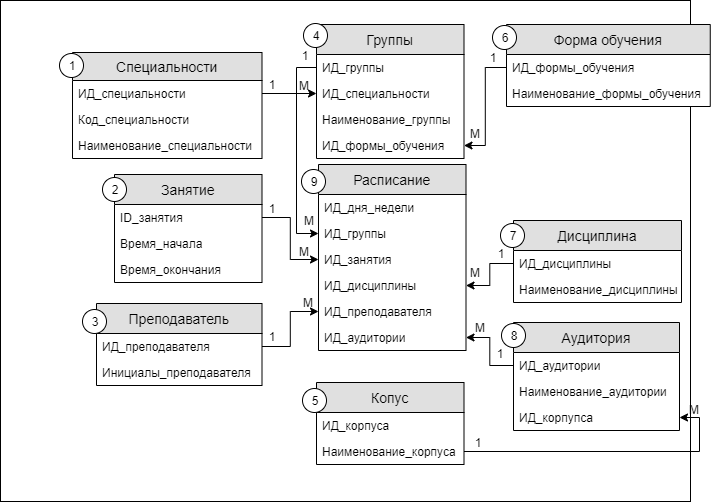
Sayikoro/DBFRead keeps this draw.io diagram as база_данных.png. Above is the earlier version. Source tidied: cells renumbered, new cells last; positions are measured from the earlier drawing's top-left corner, leaving out a move shared by most shapes.
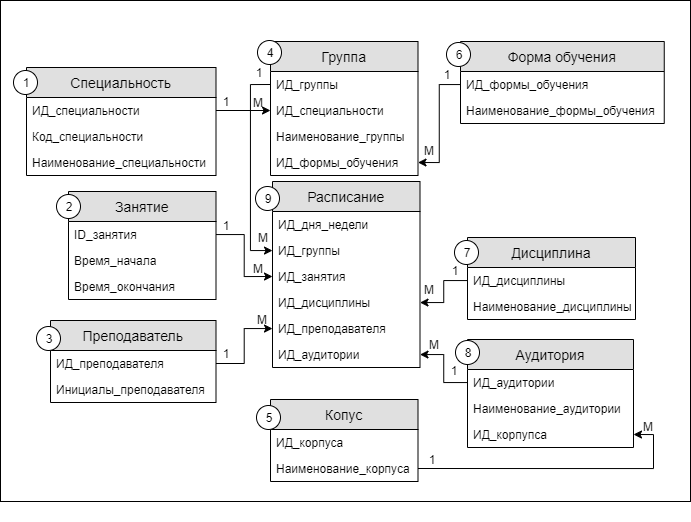
Above is the later version.

The edit, as a diff of the source:
```diff
@@ -3,7 +3,7 @@
     <mxCell id="0" />
     <mxCell id="1" parent="0" />
     <mxCell id="2" style="rounded=0;whiteSpace=wrap;html=1;" parent="1" vertex="1">
-      <mxGeometry width="690" height="501" as="geometry" />
+      <mxGeometry x="46" y="-17" width="690" height="501" as="geometry" />
     </mxCell>
     <mxCell id="3" style="edgeStyle=orthogonalEdgeStyle;rounded=0;orthogonalLoop=1;jettySize=auto;html=1;exitX=0.5;exitY=1;exitDx=0;exitDy=0;" parent="1" edge="1">
       <mxGeometry relative="1" as="geometry">
@@ -11,19 +11,19 @@
         <mxPoint x="283" y="495" as="targetPoint" />
       </mxGeometry>
     </mxCell>
-    <mxCell id="4" value="Специальности" style="swimlane;fontStyle=0;horizontal=1;startSize=28;fillColor=#e0e0e0;swimlaneFillColor=#ffffff;align=center;fontSize=14;direction=east;gradientColor=none;" parent="1" vertex="1">
-      <mxGeometry x="72" y="52" width="189.5" height="106" as="geometry" />
+    <mxCell id="4" value="Специальность" style="swimlane;fontStyle=0;horizontal=1;startSize=30;fillColor=#e0e0e0;swimlaneFillColor=#ffffff;align=center;fontSize=14;direction=east;gradientColor=none;" parent="1" vertex="1">
+      <mxGeometry x="72" y="50" width="189.5" height="108" as="geometry" />
     </mxCell>
     <mxCell id="5" value="ИД_специальности" style="text;strokeColor=none;fillColor=none;spacingLeft=4;spacingRight=4;overflow=hidden;points=[[0,0.5],[1,0.5]];portConstraint=eastwest;fontSize=12;" parent="4" vertex="1">
-      <mxGeometry y="28" width="189.5" height="26" as="geometry" />
+      <mxGeometry y="30" width="189.5" height="26" as="geometry" />
     </mxCell>
     <mxCell id="6" value="Код_специальности" style="text;strokeColor=none;fillColor=none;spacingLeft=4;spacingRight=4;overflow=hidden;fontSize=12;" parent="4" vertex="1">
-      <mxGeometry y="54" width="189.5" height="26" as="geometry" />
+      <mxGeometry y="56" width="189.5" height="26" as="geometry" />
     </mxCell>
     <mxCell id="7" value="Наименование_специальности" style="text;strokeColor=none;fillColor=none;spacingLeft=4;spacingRight=4;overflow=hidden;fontSize=12;" parent="4" vertex="1">
-      <mxGeometry y="80" width="189.5" height="26" as="geometry" />
+      <mxGeometry y="82" width="189.5" height="26" as="geometry" />
     </mxCell>
-    <mxCell id="8" value="Группы" style="swimlane;fontStyle=0;horizontal=1;startSize=30;fillColor=#e0e0e0;swimlaneFillColor=#ffffff;align=center;fontSize=14;direction=east;gradientColor=none;" parent="1" vertex="1">
+    <mxCell id="8" value="Группа" style="swimlane;fontStyle=0;horizontal=1;startSize=30;fillColor=#e0e0e0;swimlaneFillColor=#ffffff;align=center;fontSize=14;direction=east;gradientColor=none;" parent="1" vertex="1">
       <mxGeometry x="316" y="24" width="147.5" height="134" as="geometry" />
     </mxCell>
     <mxCell id="9" value="ИД_группы" style="text;strokeColor=none;fillColor=none;spacingLeft=4;spacingRight=4;overflow=hidden;points=[[0,0.5],[1,0.5]];portConstraint=eastwest;fontSize=12;" parent="8" vertex="1">
```
